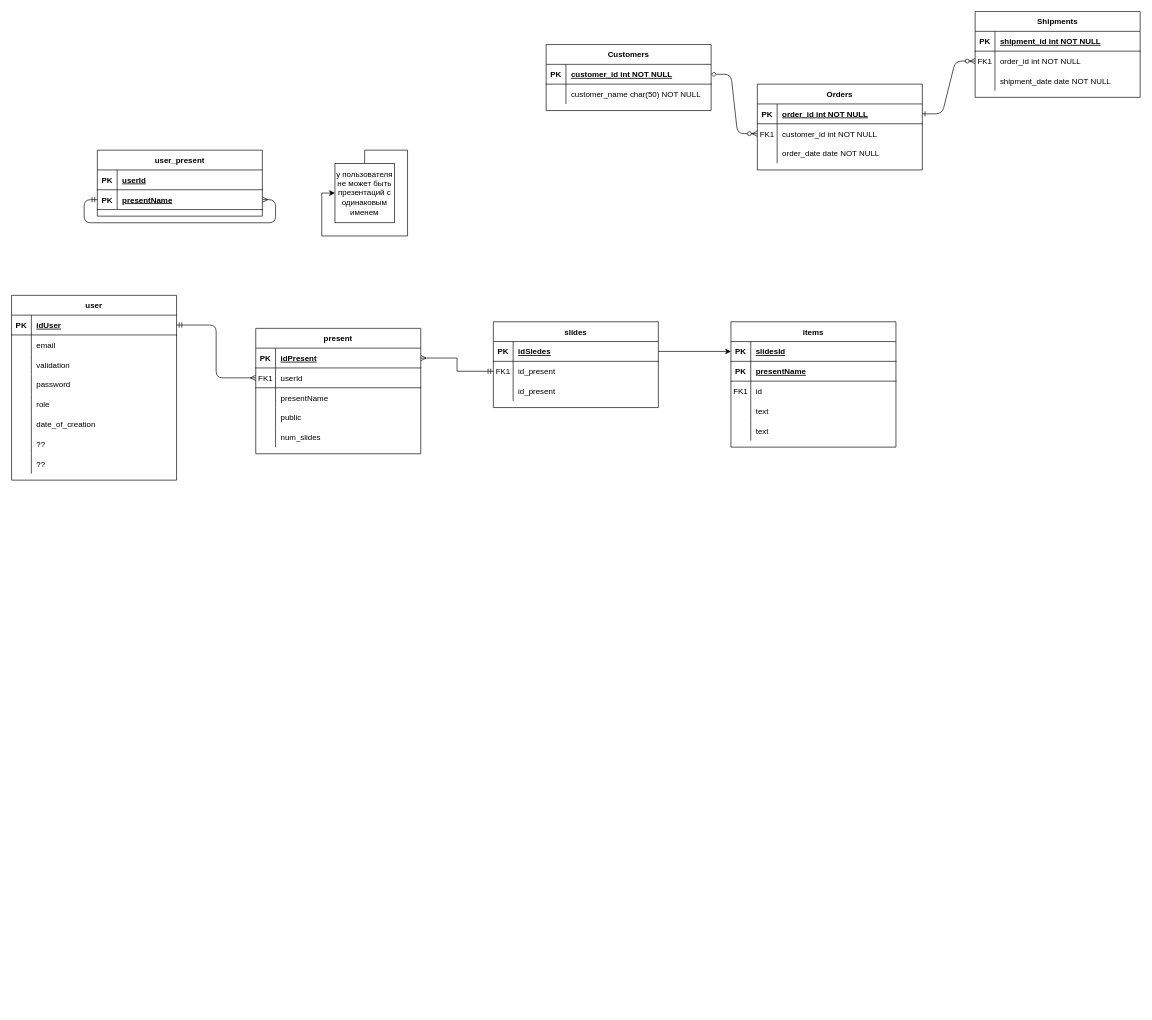
This is Gifts.drawio from Pib0di/diagramms, a draw.io file, before an edit. Source tidied: cells renumbered, new cells numbered last; positions are measured from the earlier drawing's top-left corner, leaving out a move shared by most shapes. Both pictures are drawn from the tidied source at 66%, with x=0, y=0 at pixel (11, 11).
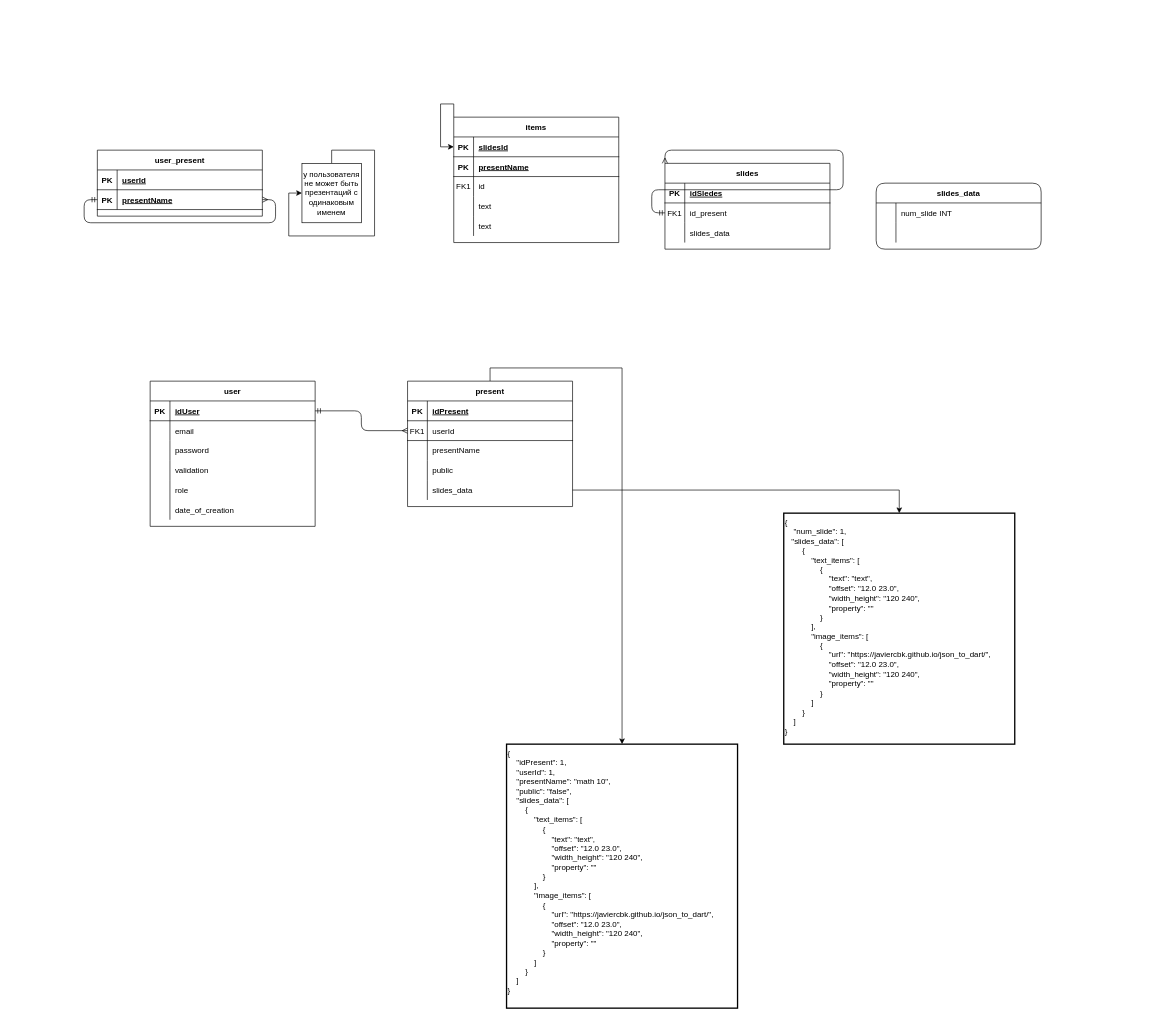
The same diagram, later.

Unchanged cells that the change refers to:
```xml
<mxCell id="32" style="shape=partialRectangle;fillColor=none;points=[[0,0.5],[1,0.5]];portConstraint=eastwest;top=0;left=0;right=0;bottom=1;" parent="31" vertex="1">
  <mxGeometry y="30" width="250" height="30" as="geometry" />
</mxCell>
<mxCell id="48" style="shape=partialRectangle;fillColor=none;points=[[0,0.5],[1,0.5]];portConstraint=eastwest;top=0;left=0;right=0;bottom=1;" parent="47" vertex="1">
  <mxGeometry y="30" width="250" height="30" as="geometry" />
</mxCell>
<mxCell id="51" style="shape=partialRectangle;fillColor=none;points=[[0,0.5],[1,0.5]];portConstraint=eastwest;top=0;left=0;right=0;bottom=0;" parent="47" vertex="1">
  <mxGeometry y="60" width="250" height="30" as="geometry" />
</mxCell>
<mxCell id="54" style="shape=partialRectangle;fillColor=none;top=0;left=0;right=0;bottom=0;" parent="47" vertex="1">
  <mxGeometry y="90" width="250" height="30" as="geometry" />
</mxCell>
<mxCell id="58" style="shape=partialRectangle;fillColor=none;points=[[0,0.5],[1,0.5]];portConstraint=eastwest;top=0;left=0;right=0;bottom=1;" parent="57" vertex="1">
  <mxGeometry y="30" width="250" height="30" as="geometry" />
</mxCell>
<mxCell id="70" style="shape=partialRectangle;fillColor=none;points=[[0,0.5],[1,0.5]];portConstraint=eastwest;top=0;left=0;right=0;bottom=0;" parent="57" vertex="1">
  <mxGeometry y="150" width="250" height="30" as="geometry" />
</mxCell>
```

The edit, as a diff of the source:
```diff
@@
-    <mxCell id="2" style="edgeStyle=entityRelationEdgeStyle;endArrow=ERzeroToMany;startArrow=diamond;endFill=1;startFill=0;" parent="1" edge="1" source="25" target="8">
-      <mxGeometry relative="1" as="geometry" />
-    </mxCell>
-    <mxCell id="3" style="edgeStyle=entityRelationEdgeStyle;endArrow=ERzeroToMany;startArrow=ERone;endFill=1;startFill=0;" parent="1" edge="1" source="5" target="18">
-      <mxGeometry relative="1" as="geometry" />
-    </mxCell>
-    <mxCell id="4" value="Orders" style="shape=table;startSize=30;childLayout=tableLayout;rowLines=0;fontStyle=1;align=center;" parent="1" vertex="1">
-      <mxGeometry x="1130" y="110" width="250" height="130" as="geometry" />
-    </mxCell>
-    <mxCell id="5" style="shape=partialRectangle;fillColor=none;points=[[0,0.5],[1,0.5]];portConstraint=eastwest;top=0;left=0;right=0;bottom=1;" parent="4" vertex="1">
-      <mxGeometry y="30" width="250" height="30" as="geometry" />
-    </mxCell>
-    <mxCell id="6" value="PK" style="shape=partialRectangle;overflow=hidden;fillColor=none;top=0;left=0;bottom=0;right=0;fontStyle=1;" parent="5" vertex="1">
-      <mxGeometry width="30" height="30" as="geometry" />
-    </mxCell>
-    <mxCell id="7" value="order_id int NOT NULL " style="shape=partialRectangle;overflow=hidden;fillColor=none;top=0;left=0;bottom=0;right=0;align=left;spacingLeft=6;fontStyle=5;" parent="5" vertex="1">
-      <mxGeometry x="30" width="220" height="30" as="geometry" />
-    </mxCell>
-    <mxCell id="8" style="shape=partialRectangle;fillColor=none;points=[[0,0.5],[1,0.5]];portConstraint=eastwest;top=0;left=0;right=0;bottom=0;" parent="4" vertex="1">
-      <mxGeometry y="60" width="250" height="30" as="geometry" />
-    </mxCell>
-    <mxCell id="9" value="FK1" style="shape=partialRectangle;overflow=hidden;fillColor=none;top=0;left=0;bottom=0;right=0;" parent="8" vertex="1">
-      <mxGeometry width="30" height="30" as="geometry" />
-    </mxCell>
-    <mxCell id="10" value="customer_id int NOT NULL" style="shape=partialRectangle;overflow=hidden;fillColor=none;top=0;left=0;bottom=0;right=0;align=left;spacingLeft=6;" parent="8" vertex="1">
-      <mxGeometry x="30" width="220" height="30" as="geometry" />
-    </mxCell>
-    <mxCell id="11" style="shape=partialRectangle;fillColor=none;top=0;left=0;right=0;bottom=0;" parent="4" vertex="1">
-      <mxGeometry y="90" width="250" height="30" as="geometry" />
-    </mxCell>
-    <mxCell id="12" style="shape=partialRectangle;overflow=hidden;fillColor=none;top=0;left=0;bottom=0;right=0;" parent="11" vertex="1">
-      <mxGeometry width="30" height="30" as="geometry" />
-    </mxCell>
-    <mxCell id="13" value="order_date date NOT NULL" style="shape=partialRectangle;overflow=hidden;fillColor=none;top=0;left=0;bottom=0;right=0;align=left;spacingLeft=6;" parent="11" vertex="1">
-      <mxGeometry x="30" width="220" height="30" as="geometry" />
-    </mxCell>
-    <mxCell id="14" value="Shipments" style="shape=table;startSize=30;childLayout=tableLayout;rowLines=0;fontStyle=1;align=center;" parent="1" vertex="1">
-      <mxGeometry x="1460" width="250" height="130" as="geometry" />
-    </mxCell>
-    <mxCell id="15" style="shape=partialRectangle;fillColor=none;top=0;left=0;right=0;bottom=1;" parent="14" vertex="1">
-      <mxGeometry y="30" width="250" height="30" as="geometry" />
-    </mxCell>
-    <mxCell id="16" value="PK" style="shape=partialRectangle;overflow=hidden;fillColor=none;top=0;left=0;bottom=0;right=0;fontStyle=1;" parent="15" vertex="1">
-      <mxGeometry width="30" height="30" as="geometry" />
-    </mxCell>
-    <mxCell id="17" value="shipment_id int NOT NULL " style="shape=partialRectangle;overflow=hidden;fillColor=none;top=0;left=0;bottom=0;right=0;align=left;spacingLeft=6;fontStyle=5;" parent="15" vertex="1">
-      <mxGeometry x="30" width="220" height="30" as="geometry" />
-    </mxCell>
-    <mxCell id="18" style="shape=partialRectangle;fillColor=none;points=[[0,0.5],[1,0.5]];portConstraint=eastwest;top=0;left=0;right=0;bottom=0;" parent="14" vertex="1">
-      <mxGeometry y="60" width="250" height="30" as="geometry" />
-    </mxCell>
-    <mxCell id="19" value="FK1" style="shape=partialRectangle;overflow=hidden;fillColor=none;top=0;left=0;bottom=0;right=0;" parent="18" vertex="1">
-      <mxGeometry width="30" height="30" as="geometry" />
-    </mxCell>
-    <mxCell id="20" value="order_id int NOT NULL" style="shape=partialRectangle;overflow=hidden;fillColor=none;top=0;left=0;bottom=0;right=0;align=left;spacingLeft=6;" parent="18" vertex="1">
-      <mxGeometry x="30" width="220" height="30" as="geometry" />
-    </mxCell>
-    <mxCell id="21" style="shape=partialRectangle;fillColor=none;top=0;left=0;right=0;bottom=0;" parent="14" vertex="1">
-      <mxGeometry y="90" width="250" height="30" as="geometry" />
-    </mxCell>
-    <mxCell id="22" style="shape=partialRectangle;overflow=hidden;fillColor=none;top=0;left=0;bottom=0;right=0;" parent="21" vertex="1">
-      <mxGeometry width="30" height="30" as="geometry" />
-    </mxCell>
-    <mxCell id="23" value="shipment_date date NOT NULL" style="shape=partialRectangle;overflow=hidden;fillColor=none;top=0;left=0;bottom=0;right=0;align=left;spacingLeft=6;" parent="21" vertex="1">
-      <mxGeometry x="30" width="220" height="30" as="geometry" />
-    </mxCell>
-    <mxCell id="24" value="Customers" style="shape=table;startSize=30;childLayout=tableLayout;rowLines=0;fontStyle=1;align=center;" parent="1" vertex="1">
-      <mxGeometry x="810" y="50" width="250" height="100" as="geometry" />
-    </mxCell>
-    <mxCell id="25" style="shape=partialRectangle;fillColor=none;points=[[0,0.5],[1,0.5]];portConstraint=eastwest;top=0;left=0;right=0;bottom=1;" parent="24" vertex="1">
-      <mxGeometry y="30" width="250" height="30" as="geometry" />
-    </mxCell>
-    <mxCell id="26" value="PK" style="shape=partialRectangle;overflow=hidden;fillColor=none;top=0;left=0;bottom=0;right=0;fontStyle=1;" parent="25" vertex="1">
-      <mxGeometry width="30" height="30" as="geometry" />
-    </mxCell>
-    <mxCell id="27" value="customer_id int NOT NULL " style="shape=partialRectangle;overflow=hidden;fillColor=none;top=0;left=0;bottom=0;right=0;align=left;spacingLeft=6;fontStyle=5;" parent="25" vertex="1">
-      <mxGeometry x="30" width="220" height="30" as="geometry" />
-    </mxCell>
-    <mxCell id="28" style="shape=partialRectangle;fillColor=none;top=0;left=0;right=0;bottom=0;" parent="24" vertex="1">
-      <mxGeometry y="60" width="250" height="30" as="geometry" />
-    </mxCell>
-    <mxCell id="29" style="shape=partialRectangle;overflow=hidden;fillColor=none;top=0;left=0;bottom=0;right=0;" parent="28" vertex="1">
-      <mxGeometry width="30" height="30" as="geometry" />
-    </mxCell>
-    <mxCell id="30" value="customer_name char(50) NOT NULL" style="shape=partialRectangle;overflow=hidden;fillColor=none;top=0;left=0;bottom=0;right=0;align=left;spacingLeft=6;" parent="28" vertex="1">
-      <mxGeometry x="30" width="220" height="30" as="geometry" />
-    </mxCell>
     <mxCell id="31" value="items" style="shape=table;startSize=30;childLayout=tableLayout;rowLines=0;fontStyle=1;align=center;" parent="1" vertex="1">
-      <mxGeometry x="1090" y="470" width="250" height="190" as="geometry" />
+      <mxGeometry x="670" y="160" width="250" height="190" as="geometry" />
     </mxCell>
@@
+    <mxCell id="73" style="edgeStyle=orthogonalEdgeStyle;rounded=0;jettySize=auto;html=1;entryX=0;entryY=0.5;entryDx=0;entryDy=0;exitX=0;exitY=0;exitDx=0;exitDy=0;" parent="31" edge="1" source="31" target="32">
+      <mxGeometry relative="1" as="geometry" />
+    </mxCell>
     <mxCell id="47" value="slides" style="shape=table;startSize=30;childLayout=tableLayout;rowLines=0;fontStyle=1;align=center;" parent="1" vertex="1">
-      <mxGeometry x="730" y="470" width="250" height="130" as="geometry" />
+      <mxGeometry x="990" y="230" width="250" height="130" as="geometry" />
     </mxCell>
@@
-    <mxCell id="56" value="id_present" style="shape=partialRectangle;overflow=hidden;fillColor=none;top=0;left=0;bottom=0;right=0;align=left;spacingLeft=6;" parent="54" vertex="1">
+    <mxCell id="56" value="slides_data" style="shape=partialRectangle;overflow=hidden;fillColor=none;top=0;left=0;bottom=0;right=0;align=left;spacingLeft=6;" parent="54" vertex="1">
       <mxGeometry x="30" width="220" height="30" as="geometry" />
     </mxCell>
+    <mxCell id="110" style="edgeStyle=orthogonalEdgeStyle;rounded=1;jettySize=auto;html=1;entryX=0;entryY=0;entryDx=0;entryDy=0;endArrow=ERmany;endFill=0;startArrow=ERmandOne;startFill=0;" parent="47" edge="1" source="51" target="47">
+      <mxGeometry relative="1" as="geometry" />
+    </mxCell>
+    <mxCell id="111" style="edgeStyle=orthogonalEdgeStyle;rounded=0;jettySize=auto;html=1;entryX=0.5;entryY=0;entryDx=0;entryDy=0;exitX=0.5;exitY=0;exitDx=0;exitDy=0;" parent="1" edge="1" source="57" target="123">
+      <mxGeometry relative="1" as="geometry" />
+    </mxCell>
     <mxCell id="57" value="present" style="shape=table;startSize=30;childLayout=tableLayout;rowLines=0;fontStyle=1;align=center;" parent="1" vertex="1">
-      <mxGeometry x="370" y="480" width="250" height="190" as="geometry" />
+      <mxGeometry x="600" y="560" width="250" height="190" as="geometry" />
     </mxCell>
@@
-    <mxCell id="71" style="shape=partialRectangle;overflow=hidden;fillColor=none;top=0;left=0;bottom=0;right=0;" parent="70" vertex="1">
-      <mxGeometry width="30" height="30" as="geometry" />
-    </mxCell>
-    <mxCell id="72" value="num_slides" style="shape=partialRectangle;overflow=hidden;fillColor=none;top=0;left=0;bottom=0;right=0;align=left;spacingLeft=6;" parent="70" vertex="1">
-      <mxGeometry x="30" width="220" height="30" as="geometry" />
-    </mxCell>
-    <mxCell id="73" style="edgeStyle=orthogonalEdgeStyle;rounded=0;jettySize=auto;html=1;entryX=0;entryY=0.5;entryDx=0;entryDy=0;" parent="1" edge="1" source="48" target="32">
-      <mxGeometry relative="1" as="geometry" />
-    </mxCell>
+    <mxCell id="112" style="shape=partialRectangle;overflow=hidden;fillColor=none;top=0;left=0;bottom=0;right=0;" parent="70" vertex="1">
+      <mxGeometry width="30" height="30" as="geometry" />
+    </mxCell>
+    <mxCell id="113" value="slides_data" style="shape=partialRectangle;overflow=hidden;fillColor=none;top=0;left=0;bottom=0;right=0;align=left;spacingLeft=6;" parent="70" vertex="1">
+      <mxGeometry x="30" width="220" height="30" as="geometry" />
+    </mxCell>
@@
     <mxCell id="75" value="у пользователя не может быть презентаций с одинаковым именем" style="whiteSpace=wrap;html=1;" parent="1" vertex="1">
-      <mxGeometry x="490" y="230" width="90" height="90" as="geometry" />
+      <mxGeometry x="440" y="230" width="90" height="90" as="geometry" />
     </mxCell>
     <mxCell id="76" value="user" style="shape=table;startSize=30;childLayout=tableLayout;rowLines=0;fontStyle=1;align=center;" parent="1" vertex="1">
-      <mxGeometry y="430" width="250" height="280" as="geometry" />
+      <mxGeometry x="210" y="560" width="250" height="220" as="geometry" />
     </mxCell>
@@
+    <mxCell id="86" style="shape=partialRectangle;fillColor=none;top=0;left=0;right=0;bottom=0;" parent="76" vertex="1">
+      <mxGeometry y="90" width="250" height="30" as="geometry" />
+    </mxCell>
+    <mxCell id="87" style="shape=partialRectangle;overflow=hidden;fillColor=none;top=0;left=0;bottom=0;right=0;" parent="86" vertex="1">
+      <mxGeometry width="30" height="30" as="geometry" />
+    </mxCell>
+    <mxCell id="88" value="password" style="shape=partialRectangle;overflow=hidden;fillColor=none;top=0;left=0;bottom=0;right=0;align=left;spacingLeft=6;" parent="86" vertex="1">
+      <mxGeometry x="30" width="220" height="30" as="geometry" />
+    </mxCell>
     <mxCell id="83" style="shape=partialRectangle;fillColor=none;top=0;left=0;right=0;bottom=0;" parent="76" vertex="1">
-      <mxGeometry y="90" width="250" height="30" as="geometry" />
+      <mxGeometry y="120" width="250" height="30" as="geometry" />
     </mxCell>
@@
-    <mxCell id="86" style="shape=partialRectangle;fillColor=none;top=0;left=0;right=0;bottom=0;" parent="76" vertex="1">
-      <mxGeometry y="120" width="250" height="30" as="geometry" />
-    </mxCell>
-    <mxCell id="87" style="shape=partialRectangle;overflow=hidden;fillColor=none;top=0;left=0;bottom=0;right=0;" parent="86" vertex="1">
-      <mxGeometry width="30" height="30" as="geometry" />
-    </mxCell>
-    <mxCell id="88" value="password" style="shape=partialRectangle;overflow=hidden;fillColor=none;top=0;left=0;bottom=0;right=0;align=left;spacingLeft=6;" parent="86" vertex="1">
-      <mxGeometry x="30" width="220" height="30" as="geometry" />
-    </mxCell>
@@
-    <mxCell id="95" style="shape=partialRectangle;fillColor=none;top=0;left=0;right=0;bottom=0;" parent="76" vertex="1">
-      <mxGeometry y="210" width="250" height="30" as="geometry" />
-    </mxCell>
-    <mxCell id="96" style="shape=partialRectangle;overflow=hidden;fillColor=none;top=0;left=0;bottom=0;right=0;" parent="95" vertex="1">
-      <mxGeometry width="30" height="30" as="geometry" />
-    </mxCell>
-    <mxCell id="97" value="??" style="shape=partialRectangle;overflow=hidden;fillColor=none;top=0;left=0;bottom=0;right=0;align=left;spacingLeft=6;" parent="95" vertex="1">
-      <mxGeometry x="30" width="220" height="30" as="geometry" />
-    </mxCell>
-    <mxCell id="98" style="shape=partialRectangle;fillColor=none;top=0;left=0;right=0;bottom=0;" parent="76" vertex="1">
-      <mxGeometry y="240" width="250" height="30" as="geometry" />
-    </mxCell>
-    <mxCell id="99" style="shape=partialRectangle;overflow=hidden;fillColor=none;top=0;left=0;bottom=0;right=0;" parent="98" vertex="1">
-      <mxGeometry width="30" height="30" as="geometry" />
-    </mxCell>
-    <mxCell id="100" value="??" style="shape=partialRectangle;overflow=hidden;fillColor=none;top=0;left=0;bottom=0;right=0;align=left;spacingLeft=6;" parent="98" vertex="1">
-      <mxGeometry x="30" width="220" height="30" as="geometry" />
-    </mxCell>
@@
-    <mxCell id="110" style="edgeStyle=orthogonalEdgeStyle;rounded=0;jettySize=auto;html=1;entryX=1;entryY=0.5;entryDx=0;entryDy=0;endArrow=ERmany;endFill=0;startArrow=ERmandOne;startFill=0;" parent="1" edge="1" source="51" target="58">
-      <mxGeometry relative="1" as="geometry" />
-    </mxCell>
+    <mxCell id="114" value="slides_data" style="shape=table;startSize=30;childLayout=tableLayout;rowLines=0;fontStyle=1;align=center;gradientColor=none;rounded=1;" parent="1" vertex="1">
+      <mxGeometry x="1310" y="260" width="250" height="100" as="geometry" />
+    </mxCell>
+    <mxCell id="115" style="shape=partialRectangle;fillColor=none;top=0;left=0;right=0;bottom=0;" parent="114" vertex="1">
+      <mxGeometry y="30" width="250" height="30" as="geometry" />
+    </mxCell>
+    <mxCell id="116" style="shape=partialRectangle;overflow=hidden;fillColor=none;top=0;left=0;bottom=0;right=0;" parent="115" vertex="1">
+      <mxGeometry width="30" height="30" as="geometry" />
+    </mxCell>
+    <mxCell id="117" value="num_slide INT" style="shape=partialRectangle;overflow=hidden;fillColor=none;top=0;left=0;bottom=0;right=0;align=left;spacingLeft=6;" parent="115" vertex="1">
+      <mxGeometry x="30" width="220" height="30" as="geometry" />
+    </mxCell>
+    <mxCell id="118" style="shape=partialRectangle;fillColor=none;top=0;left=0;right=0;bottom=0;" parent="114" vertex="1">
+      <mxGeometry y="60" width="250" height="30" as="geometry" />
+    </mxCell>
+    <mxCell id="119" style="shape=partialRectangle;overflow=hidden;fillColor=none;top=0;left=0;bottom=0;right=0;" parent="118" vertex="1">
+      <mxGeometry width="30" height="30" as="geometry" />
+    </mxCell>
+    <mxCell id="120" style="shape=partialRectangle;overflow=hidden;fillColor=none;top=0;left=0;bottom=0;right=0;align=left;spacingLeft=6;" parent="118" vertex="1">
+      <mxGeometry x="30" width="220" height="30" as="geometry" />
+    </mxCell>
+    <mxCell id="121" style="edgeStyle=orthogonalEdgeStyle;rounded=0;jettySize=auto;html=1;entryX=0.5;entryY=0;entryDx=0;entryDy=0;" parent="1" edge="1" source="70" target="122">
+      <mxGeometry relative="1" as="geometry" />
+    </mxCell>
+    <mxCell id="122" value="{&lt;br&gt;&amp;nbsp; &amp;nbsp; &quot;num_slide&quot;: 1,&lt;br&gt;&amp;nbsp; &amp;nbsp;&quot;slides_data&quot;: [&lt;div&gt;&amp;nbsp; &amp;nbsp; &amp;nbsp; &amp;nbsp; {&lt;/div&gt;&lt;div&gt;&amp;nbsp; &amp;nbsp; &amp;nbsp; &amp;nbsp; &amp;nbsp; &amp;nbsp; &quot;text_items&quot;: [&lt;/div&gt;&lt;div&gt;&amp;nbsp; &amp;nbsp; &amp;nbsp; &amp;nbsp; &amp;nbsp; &amp;nbsp; &amp;nbsp; &amp;nbsp; {&lt;/div&gt;&lt;div&gt;&amp;nbsp; &amp;nbsp; &amp;nbsp; &amp;nbsp; &amp;nbsp; &amp;nbsp; &amp;nbsp; &amp;nbsp; &amp;nbsp; &amp;nbsp; &quot;text&quot;: &quot;text&quot;,&lt;/div&gt;&lt;div&gt;&amp;nbsp; &amp;nbsp; &amp;nbsp; &amp;nbsp; &amp;nbsp; &amp;nbsp; &amp;nbsp; &amp;nbsp; &amp;nbsp; &amp;nbsp; &quot;offset&quot;: &quot;12.0 23.0&quot;,&lt;/div&gt;&lt;div&gt;&amp;nbsp; &amp;nbsp; &amp;nbsp; &amp;nbsp; &amp;nbsp; &amp;nbsp; &amp;nbsp; &amp;nbsp; &amp;nbsp; &amp;nbsp; &quot;width_height&quot;: &quot;120 240&quot;,&lt;/div&gt;&lt;div&gt;&amp;nbsp; &amp;nbsp; &amp;nbsp; &amp;nbsp; &amp;nbsp; &amp;nbsp; &amp;nbsp; &amp;nbsp; &amp;nbsp; &amp;nbsp; &quot;property&quot;: &quot;&quot;&lt;/div&gt;&lt;div&gt;&amp;nbsp; &amp;nbsp; &amp;nbsp; &amp;nbsp; &amp;nbsp; &amp;nbsp; &amp;nbsp; &amp;nbsp; }&lt;/div&gt;&lt;div&gt;&amp;nbsp; &amp;nbsp; &amp;nbsp; &amp;nbsp; &amp;nbsp; &amp;nbsp; ],&lt;/div&gt;&lt;div&gt;&amp;nbsp; &amp;nbsp; &amp;nbsp; &amp;nbsp; &amp;nbsp; &amp;nbsp; &quot;image_items&quot;: [&lt;/div&gt;&lt;div&gt;&amp;nbsp; &amp;nbsp; &amp;nbsp; &amp;nbsp; &amp;nbsp; &amp;nbsp; &amp;nbsp; &amp;nbsp; {&lt;/div&gt;&lt;div&gt;&amp;nbsp; &amp;nbsp; &amp;nbsp; &amp;nbsp; &amp;nbsp; &amp;nbsp; &amp;nbsp; &amp;nbsp; &amp;nbsp; &amp;nbsp; &quot;url&quot;: &quot;https://javiercbk.github.io/json_to_dart/&quot;,&lt;/div&gt;&lt;div&gt;&amp;nbsp; &amp;nbsp; &amp;nbsp; &amp;nbsp; &amp;nbsp; &amp;nbsp; &amp;nbsp; &amp;nbsp; &amp;nbsp; &amp;nbsp; &quot;offset&quot;: &quot;12.0 23.0&quot;,&lt;/div&gt;&lt;div&gt;&amp;nbsp; &amp;nbsp; &amp;nbsp; &amp;nbsp; &amp;nbsp; &amp;nbsp; &amp;nbsp; &amp;nbsp; &amp;nbsp; &amp;nbsp; &quot;width_height&quot;: &quot;120 240&quot;,&lt;/div&gt;&lt;div&gt;&amp;nbsp; &amp;nbsp; &amp;nbsp; &amp;nbsp; &amp;nbsp; &amp;nbsp; &amp;nbsp; &amp;nbsp; &amp;nbsp; &amp;nbsp; &quot;property&quot;: &quot;&quot;&lt;/div&gt;&lt;div&gt;&amp;nbsp; &amp;nbsp; &amp;nbsp; &amp;nbsp; &amp;nbsp; &amp;nbsp; &amp;nbsp; &amp;nbsp; }&lt;/div&gt;&lt;div&gt;&amp;nbsp; &amp;nbsp; &amp;nbsp; &amp;nbsp; &amp;nbsp; &amp;nbsp; ]&lt;/div&gt;&lt;div&gt;&amp;nbsp; &amp;nbsp; &amp;nbsp; &amp;nbsp; }&lt;/div&gt;&lt;div&gt;&amp;nbsp; &amp;nbsp; ]&lt;/div&gt;}" style="text;whiteSpace=wrap;html=1;strokeColor=default;strokeWidth=2;rounded=0;arcSize=0;" parent="1" vertex="1">
+      <mxGeometry x="1170" y="760" width="350" height="350" as="geometry" />
+    </mxCell>
+    <mxCell id="123" value="{&#10;    &quot;idPresent&quot;: 1,&#10;    &quot;userId&quot;: 1,&#10;    &quot;presentName&quot;: &quot;math 10&quot;,&#10;    &quot;public&quot;: &quot;false&quot;,&#10;    &quot;slides_data&quot;: [&#10;        {&#10;            &quot;text_items&quot;: [&#10;                {&#10;                    &quot;text&quot;: &quot;text&quot;,&#10;                    &quot;offset&quot;: &quot;12.0 23.0&quot;,&#10;                    &quot;width_height&quot;: &quot;120 240&quot;,&#10;                    &quot;property&quot;: &quot;&quot;&#10;                }&#10;            ],&#10;            &quot;image_items&quot;: [&#10;                {&#10;                    &quot;url&quot;: &quot;https://javiercbk.github.io/json_to_dart/&quot;,&#10;                    &quot;offset&quot;: &quot;12.0 23.0&quot;,&#10;                    &quot;width_height&quot;: &quot;120 240&quot;,&#10;                    &quot;property&quot;: &quot;&quot;&#10;                }&#10;            ]&#10;        }&#10;    ]&#10;}" style="text;whiteSpace=wrap;html=1;strokeColor=default;strokeWidth=2;" parent="1" vertex="1">
+      <mxGeometry x="750" y="1110" width="350" height="400" as="geometry" />
+    </mxCell>
```
